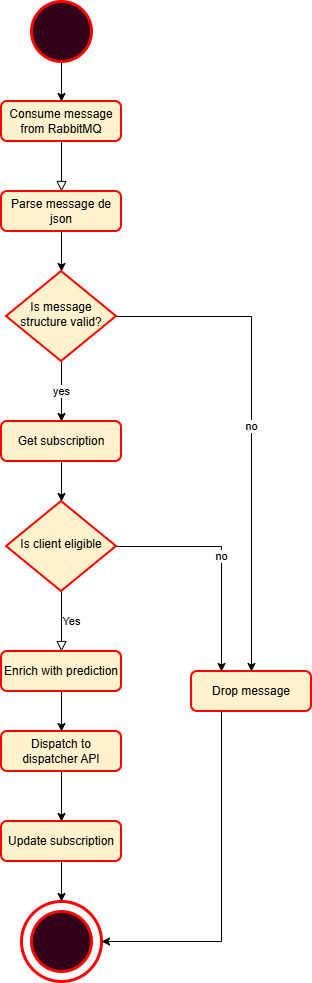
Earlier version of the draw.io export img/Diag activity.drawio.png (abenj3ddou/latex-project-report-Ameni). Source tidied: cells renumbered, new cells last; positions are measured from the earlier drawing's top-left corner, leaving out a move shared by most shapes. Its diagram source:
```xml
<mxGraphModel>
  <root>
    <mxCell id="0" />
    <mxCell id="1" parent="0" />
    <mxCell id="2" style="rounded=0;html=1;jettySize=auto;fontSize=11;endArrow=block;endFill=0;endSize=8;strokeWidth=1;shadow=0;labelBackgroundColor=none;edgeStyle=orthogonalEdgeStyle;" parent="1" edge="1" source="3" target="11">
      <mxGeometry relative="1" as="geometry" />
    </mxCell>
    <mxCell id="3" value="Consume message from RabbitMQ" style="rounded=1;whiteSpace=wrap;html=1;fontSize=12;glass=0;strokeWidth=2;shadow=0;fillColor=#fff2cc;strokeColor=light-dark(#ff0000, #6d5100);" parent="1" vertex="1">
      <mxGeometry y="100" width="120" height="40" as="geometry" />
    </mxCell>
    <mxCell id="4" value="Drop message" style="rounded=1;whiteSpace=wrap;html=1;fontSize=12;glass=0;strokeWidth=2;shadow=0;fillColor=#fff2cc;strokeColor=light-dark(#ff0000, #6d5100);" parent="1" vertex="1">
      <mxGeometry x="190" y="670" width="120" height="40" as="geometry" />
    </mxCell>
    <mxCell id="5" value="Yes" style="edgeStyle=orthogonalEdgeStyle;rounded=0;html=1;jettySize=auto;fontSize=11;endArrow=block;endFill=0;endSize=8;strokeWidth=1;shadow=0;labelBackgroundColor=none;exitX=0.5;exitY=1;exitDx=0;exitDy=0;entryX=0.5;entryY=0;entryDx=0;entryDy=0;" parent="1" edge="1" source="18" target="20">
      <mxGeometry y="10" relative="1" as="geometry" />
    </mxCell>
    <mxCell id="6" style="edgeStyle=orthogonalEdgeStyle;rounded=0;jettySize=auto;html=1;exitX=0.5;exitY=1;exitDx=0;exitDy=0;" parent="1" edge="1" source="7" target="21">
      <mxGeometry relative="1" as="geometry" />
    </mxCell>
    <mxCell id="7" value="Dispatch to dispatcher API" style="rounded=1;whiteSpace=wrap;html=1;fontSize=12;glass=0;strokeWidth=2;shadow=0;fillColor=#fff2cc;strokeColor=light-dark(#ff0000, #6d5100);" parent="1" vertex="1">
      <mxGeometry y="730" width="120" height="40" as="geometry" />
    </mxCell>
    <mxCell id="8" style="edgeStyle=orthogonalEdgeStyle;rounded=0;jettySize=auto;html=1;exitX=0.5;exitY=1;exitDx=0;exitDy=0;exitPerimeter=0;entryX=0.5;entryY=0;entryDx=0;entryDy=0;" parent="1" edge="1" source="9" target="3">
      <mxGeometry relative="1" as="geometry" />
    </mxCell>
    <mxCell id="9" style="strokeWidth=3;html=1;shape=mxgraph.flowchart.start_2;whiteSpace=wrap;fillColor=#33001A;strokeColor=light-dark(#f50505, #ededed);" parent="1" vertex="1">
      <mxGeometry x="30" width="60" height="60" as="geometry" />
    </mxCell>
    <mxCell id="10" style="edgeStyle=orthogonalEdgeStyle;rounded=0;jettySize=auto;html=1;exitX=0.5;exitY=1;exitDx=0;exitDy=0;" parent="1" edge="1" source="11" target="14">
      <mxGeometry relative="1" as="geometry" />
    </mxCell>
    <mxCell id="11" value="Parse message de json" style="rounded=1;whiteSpace=wrap;html=1;fontSize=12;glass=0;strokeWidth=2;shadow=0;fillColor=#fff2cc;strokeColor=light-dark(#ff0000, #6d5100);" parent="1" vertex="1">
      <mxGeometry y="190" width="120" height="40" as="geometry" />
    </mxCell>
    <mxCell id="12" value="yes" style="edgeStyle=orthogonalEdgeStyle;rounded=0;jettySize=auto;html=1;exitX=0.5;exitY=1;exitDx=0;exitDy=0;entryX=0.5;entryY=0;entryDx=0;entryDy=0;" parent="1" edge="1" source="14" target="16">
      <mxGeometry relative="1" as="geometry" />
    </mxCell>
    <mxCell id="13" value="no" style="edgeStyle=orthogonalEdgeStyle;rounded=0;jettySize=auto;html=1;exitX=1;exitY=0.5;exitDx=0;exitDy=0;entryX=0.5;entryY=0;entryDx=0;entryDy=0;" parent="1" edge="1" source="14" target="4">
      <mxGeometry relative="1" as="geometry" />
    </mxCell>
    <mxCell id="14" value="Is message structure valid?" style="rhombus;whiteSpace=wrap;html=1;shadow=0;fontFamily=Helvetica;fontSize=12;align=center;strokeWidth=2;spacing=6;spacingTop=-4;fillColor=#fff2cc;strokeColor=light-dark(#ff0000, #6d5100);" parent="1" vertex="1">
      <mxGeometry x="5" y="270" width="110" height="90" as="geometry" />
    </mxCell>
    <mxCell id="15" style="edgeStyle=orthogonalEdgeStyle;rounded=0;jettySize=auto;html=1;exitX=0.5;exitY=1;exitDx=0;exitDy=0;" parent="1" edge="1" source="16" target="18">
      <mxGeometry relative="1" as="geometry" />
    </mxCell>
    <mxCell id="16" value="Get subscription" style="rounded=1;whiteSpace=wrap;html=1;fontSize=12;glass=0;strokeWidth=2;shadow=0;fillColor=#fff2cc;strokeColor=light-dark(#ff0000, #6d5100);" parent="1" vertex="1">
      <mxGeometry y="420" width="120" height="40" as="geometry" />
    </mxCell>
    <mxCell id="17" value="no" style="edgeStyle=orthogonalEdgeStyle;rounded=0;jettySize=auto;html=1;exitX=1;exitY=0.5;exitDx=0;exitDy=0;entryX=0.25;entryY=0;entryDx=0;entryDy=0;" parent="1" edge="1" source="18" target="4">
      <mxGeometry relative="1" as="geometry" />
    </mxCell>
    <mxCell id="18" value="Is client eligible" style="rhombus;whiteSpace=wrap;html=1;shadow=0;fontFamily=Helvetica;fontSize=12;align=center;strokeWidth=2;spacing=6;spacingTop=-4;fillColor=#fff2cc;strokeColor=light-dark(#ff0000, #6d5100);" parent="1" vertex="1">
      <mxGeometry x="5" y="500" width="110" height="90" as="geometry" />
    </mxCell>
    <mxCell id="19" style="edgeStyle=orthogonalEdgeStyle;rounded=0;jettySize=auto;html=1;exitX=0.5;exitY=1;exitDx=0;exitDy=0;" parent="1" edge="1" source="20" target="7">
      <mxGeometry relative="1" as="geometry" />
    </mxCell>
    <mxCell id="20" value="Enrich with prediction" style="rounded=1;whiteSpace=wrap;html=1;fontSize=12;glass=0;strokeWidth=2;shadow=0;fillColor=#fff2cc;strokeColor=light-dark(#ff0000, #6d5100);" parent="1" vertex="1">
      <mxGeometry y="650" width="120" height="40" as="geometry" />
    </mxCell>
    <mxCell id="21" value="Update subscription" style="rounded=1;whiteSpace=wrap;html=1;fontSize=12;glass=0;strokeWidth=2;shadow=0;fillColor=#fff2cc;strokeColor=light-dark(#ff0000, #6d5100);" parent="1" vertex="1">
      <mxGeometry y="820" width="120" height="40" as="geometry" />
    </mxCell>
    <mxCell id="22" style="strokeWidth=3;html=1;shape=mxgraph.flowchart.start_2;whiteSpace=wrap;strokeColor=light-dark(#ff0000, #ededed);" parent="1" vertex="1">
      <mxGeometry x="20" y="900" width="80" height="80" as="geometry" />
    </mxCell>
    <mxCell id="23" style="strokeWidth=3;html=1;shape=mxgraph.flowchart.start_2;whiteSpace=wrap;fillColor=#33001A;strokeColor=light-dark(#f50505, #ededed);" parent="1" vertex="1">
      <mxGeometry x="30" y="910" width="60" height="60" as="geometry" />
    </mxCell>
    <mxCell id="24" style="edgeStyle=orthogonalEdgeStyle;rounded=0;jettySize=auto;html=1;exitX=0.5;exitY=1;exitDx=0;exitDy=0;entryX=0.5;entryY=0;entryDx=0;entryDy=0;entryPerimeter=0;" parent="1" edge="1" source="21" target="22">
      <mxGeometry relative="1" as="geometry" />
    </mxCell>
    <mxCell id="25" style="edgeStyle=orthogonalEdgeStyle;rounded=0;jettySize=auto;html=1;exitX=0.25;exitY=1;exitDx=0;exitDy=0;entryX=1;entryY=0.5;entryDx=0;entryDy=0;entryPerimeter=0;" parent="1" edge="1" source="4" target="22">
      <mxGeometry relative="1" as="geometry" />
    </mxCell>
  </root>
</mxGraphModel>
```
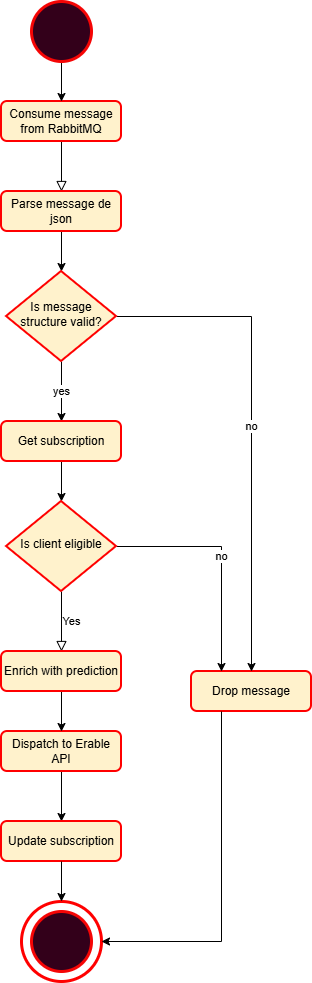
The same file after the commit.

Change to the diagram source:
```diff
@@ -17,7 +17,7 @@
     <mxCell id="6" style="edgeStyle=orthogonalEdgeStyle;rounded=0;jettySize=auto;html=1;exitX=0.5;exitY=1;exitDx=0;exitDy=0;" parent="1" edge="1" source="7" target="21">
       <mxGeometry relative="1" as="geometry" />
     </mxCell>
-    <mxCell id="7" value="Dispatch to dispatcher API" style="rounded=1;whiteSpace=wrap;html=1;fontSize=12;glass=0;strokeWidth=2;shadow=0;fillColor=#fff2cc;strokeColor=light-dark(#ff0000, #6d5100);" parent="1" vertex="1">
+    <mxCell id="7" value="Dispatch to Erable API" style="rounded=1;whiteSpace=wrap;html=1;fontSize=12;glass=0;strokeWidth=2;shadow=0;fillColor=#fff2cc;strokeColor=light-dark(#ff0000, #6d5100);" parent="1" vertex="1">
       <mxGeometry y="730" width="120" height="40" as="geometry" />
     </mxCell>
     <mxCell id="8" style="edgeStyle=orthogonalEdgeStyle;rounded=0;jettySize=auto;html=1;exitX=0.5;exitY=1;exitDx=0;exitDy=0;exitPerimeter=0;entryX=0.5;entryY=0;entryDx=0;entryDy=0;" parent="1" edge="1" source="9" target="3">
```
